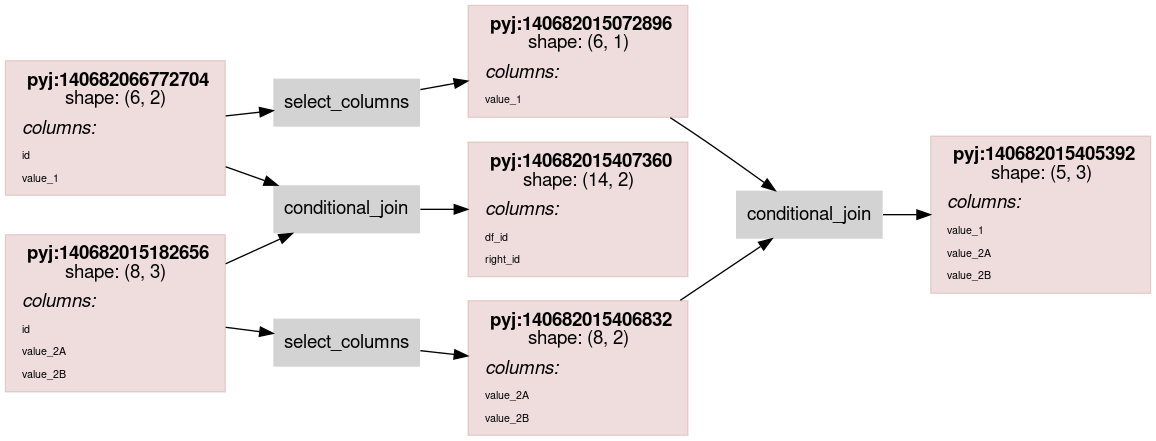
This is scripts/rdflog/conditional_join_w_cmp.ttl.dot.png from asmirnov69/pyjviz-poc, a Graphviz export, as it was before one commit. Its source is kept beside it as scripts/rdflog/conditional_join_w_cmp.ttl.dot.
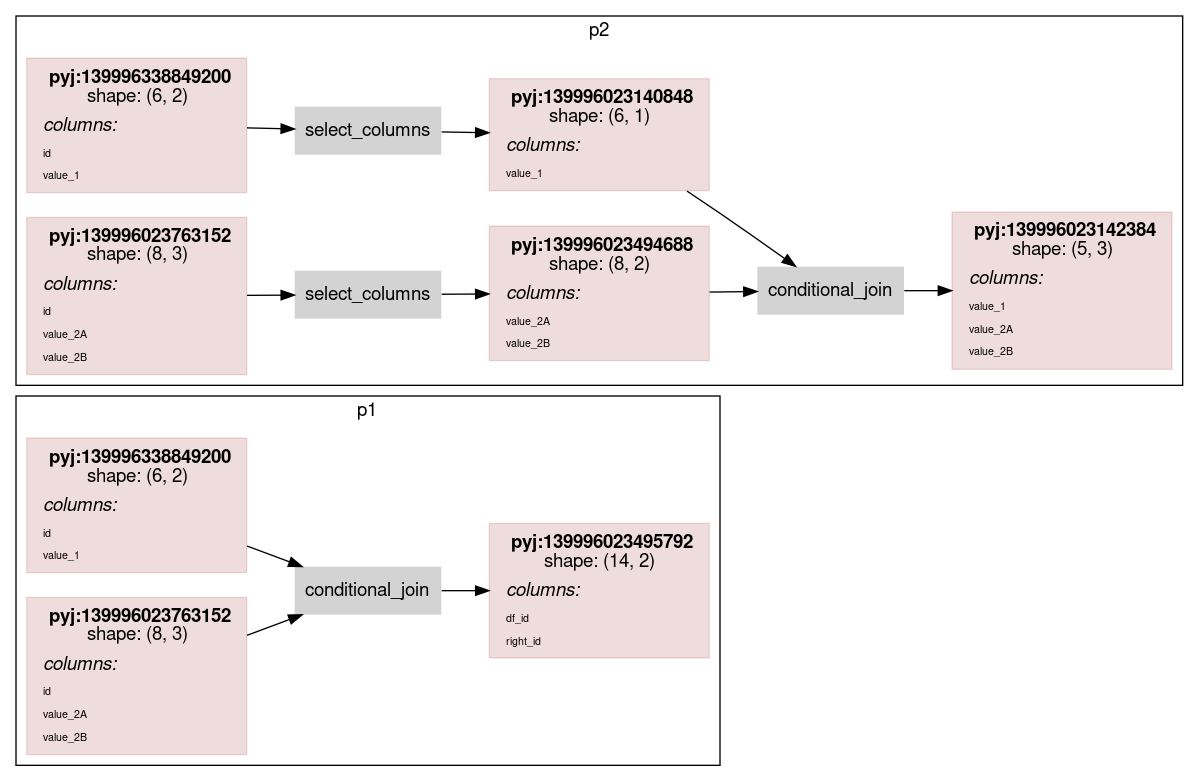
The same diagram one commit later.

Change to the diagram source:
```diff
@@ -14,7 +14,7 @@
                 color="#88000022"
                 shape = rect
                 label = <<table border="0" cellborder="0" cellspacing="0" cellpadding="4">
-                         <tr> <td> <b>pyj:140682066772704</b><br/>shape: (6, 2)</td> </tr>
+                         <tr> <td> <b>pyj:139996338849200</b><br/>shape: (6, 2)</td> </tr>
                          <tr> <td align="left"><i>columns:</i><br align="left"/></td></tr>
                 <tr><td align="left"><FONT POINT-SIZE="8px">id</FONT></td></tr>
 <tr><td align="left"><FONT POINT-SIZE="8px">value_1</FONT></td></tr>
@@ -24,7 +24,7 @@
                 color="#88000022"
                 shape = rect
                 label = <<table border="0" cellborder="0" cellspacing="0" cellpadding="4">
-                         <tr> <td> <b>pyj:140682015407360</b><br/>shape: (14, 2)</td> </tr>
+                         <tr> <td> <b>pyj:139996023495792</b><br/>shape: (14, 2)</td> </tr>
                          <tr> <td align="left"><i>columns:</i><br align="left"/></td></tr>
                 <tr><td align="left"><FONT POINT-SIZE="8px">df_id</FONT></td></tr>
 <tr><td align="left"><FONT POINT-SIZE="8px">right_id</FONT></td></tr>
@@ -34,55 +34,82 @@
                 color="#88000022"
                 shape = rect
                 label = <<table border="0" cellborder="0" cellspacing="0" cellpadding="4">
-                         <tr> <td> <b>pyj:140682015182656</b><br/>shape: (8, 3)</td> </tr>
+                         <tr> <td> <b>pyj:139996023763152</b><br/>shape: (8, 3)</td> </tr>
                          <tr> <td align="left"><i>columns:</i><br align="left"/></td></tr>
                 <tr><td align="left"><FONT POINT-SIZE="8px">id</FONT></td></tr>
 <tr><td align="left"><FONT POINT-SIZE="8px">value_2A</FONT></td></tr>
 <tr><td align="left"><FONT POINT-SIZE="8px">value_2B</FONT></td></tr>
                          </table>>
                 ];
-node0_3 [
+node0_3 [ label = "conditional_join" ];
+subgraph cluster_0 {
+label = "p1";
+node0_0 -> node0_3;
+node0_2 -> node0_3;
+node0_3 -> node0_1;
+}
+node1_0 [
                 color="#88000022"
                 shape = rect
                 label = <<table border="0" cellborder="0" cellspacing="0" cellpadding="4">
-                         <tr> <td> <b>pyj:140682015072896</b><br/>shape: (6, 1)</td> </tr>
+                         <tr> <td> <b>pyj:139996338849200</b><br/>shape: (6, 2)</td> </tr>
+                         <tr> <td align="left"><i>columns:</i><br align="left"/></td></tr>
+                <tr><td align="left"><FONT POINT-SIZE="8px">id</FONT></td></tr>
+<tr><td align="left"><FONT POINT-SIZE="8px">value_1</FONT></td></tr>
+                         </table>>
+                ];
+node1_1 [
+                color="#88000022"
+                shape = rect
+                label = <<table border="0" cellborder="0" cellspacing="0" cellpadding="4">
+                         <tr> <td> <b>pyj:139996023763152</b><br/>shape: (8, 3)</td> </tr>
+                         <tr> <td align="left"><i>columns:</i><br align="left"/></td></tr>
+                <tr><td align="left"><FONT POINT-SIZE="8px">id</FONT></td></tr>
+<tr><td align="left"><FONT POINT-SIZE="8px">value_2A</FONT></td></tr>
+<tr><td align="left"><FONT POINT-SIZE="8px">value_2B</FONT></td></tr>
+                         </table>>
+                ];
+node1_2 [
+                color="#88000022"
+                shape = rect
+                label = <<table border="0" cellborder="0" cellspacing="0" cellpadding="4">
+                         <tr> <td> <b>pyj:139996023140848</b><br/>shape: (6, 1)</td> </tr>
                          <tr> <td align="left"><i>columns:</i><br align="left"/></td></tr>
                 <tr><td align="left"><FONT POINT-SIZE="8px">value_1</FONT></td></tr>
                          </table>>
                 ];
-node0_4 [
+node1_3 [
                 color="#88000022"
                 shape = rect
                 label = <<table border="0" cellborder="0" cellspacing="0" cellpadding="4">
-                         <tr> <td> <b>pyj:140682015406832</b><br/>shape: (8, 2)</td> </tr>
+                         <tr> <td> <b>pyj:139996023494688</b><br/>shape: (8, 2)</td> </tr>
                          <tr> <td align="left"><i>columns:</i><br align="left"/></td></tr>
                 <tr><td align="left"><FONT POINT-SIZE="8px">value_2A</FONT></td></tr>
 <tr><td align="left"><FONT POINT-SIZE="8px">value_2B</FONT></td></tr>
                          </table>>
                 ];
-node0_5 [
+node1_4 [
                 color="#88000022"
                 shape = rect
                 label = <<table border="0" cellborder="0" cellspacing="0" cellpadding="4">
-                         <tr> <td> <b>pyj:140682015405392</b><br/>shape: (5, 3)</td> </tr>
+                         <tr> <td> <b>pyj:139996023142384</b><br/>shape: (5, 3)</td> </tr>
                          <tr> <td align="left"><i>columns:</i><br align="left"/></td></tr>
                 <tr><td align="left"><FONT POINT-SIZE="8px">value_1</FONT></td></tr>
 <tr><td align="left"><FONT POINT-SIZE="8px">value_2A</FONT></td></tr>
 <tr><td align="left"><FONT POINT-SIZE="8px">value_2B</FONT></td></tr>
                          </table>>
                 ];
-node0_6 [ label = "conditional_join" ];
-node0_7 [ label = "select_columns" ];
-node0_8 [ label = "select_columns" ];
-node0_9 [ label = "conditional_join" ];
-node0_0 -> node0_6;
-node0_0 -> node0_7;
-node0_2 -> node0_6;
-node0_2 -> node0_8;
-node0_3 -> node0_9;
-node0_4 -> node0_9;
-node0_6 -> node0_1;
-node0_7 -> node0_3;
-node0_8 -> node0_4;
-node0_9 -> node0_5;
+node1_5 [ label = "select_columns" ];
+node1_6 [ label = "select_columns" ];
+node1_7 [ label = "conditional_join" ];
+subgraph cluster_1 {
+label = "p2";
+node1_0 -> node1_5;
+node1_2 -> node1_7;
+node1_1 -> node1_6;
+node1_3 -> node1_7;
+node1_5 -> node1_2;
+node1_6 -> node1_3;
+node1_7 -> node1_4;
 }
+}
```
